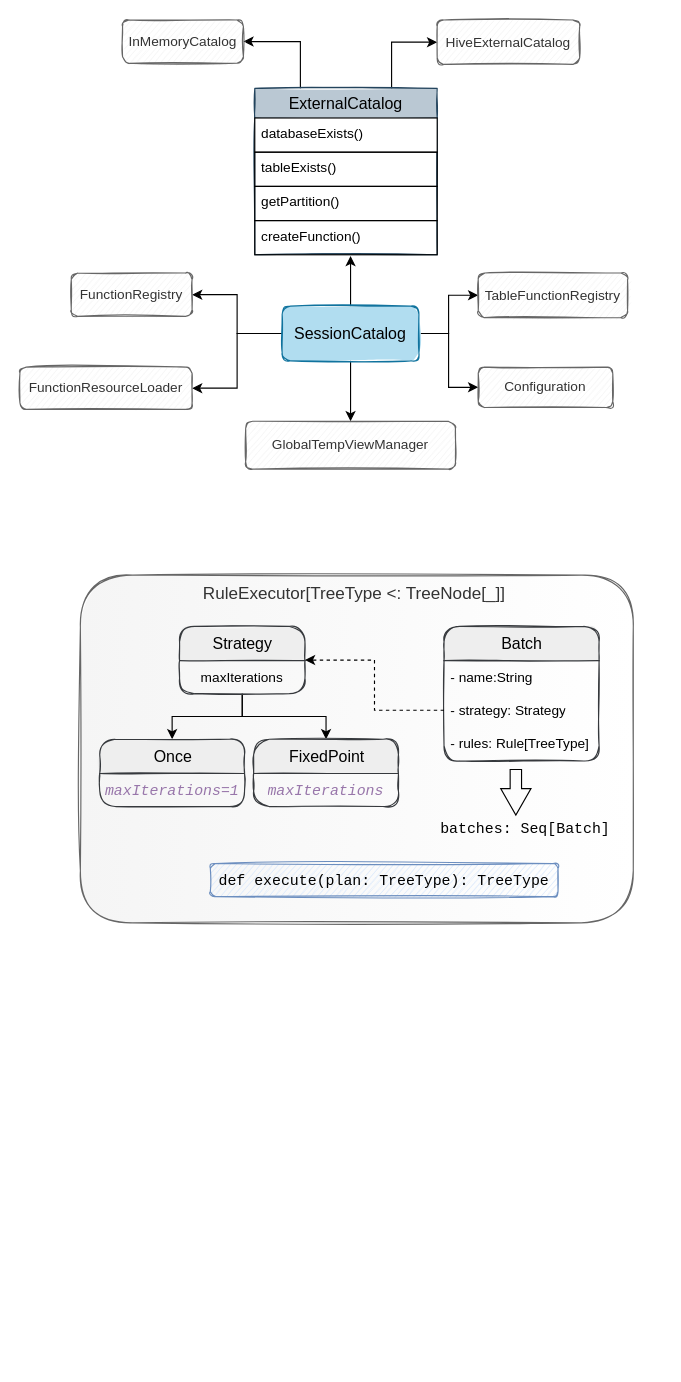
kirito1015/spark_source.sql keeps this draw.io diagram as SessionCatalog.drawio. Above is the earlier version. Source tidied: cells renumbered, new cells numbered last; positions are measured from the earlier drawing's top-left corner, leaving out a move shared by most shapes. Both pictures are drawn from the tidied source at 114%, with x=0, y=0 at pixel (19, 19).
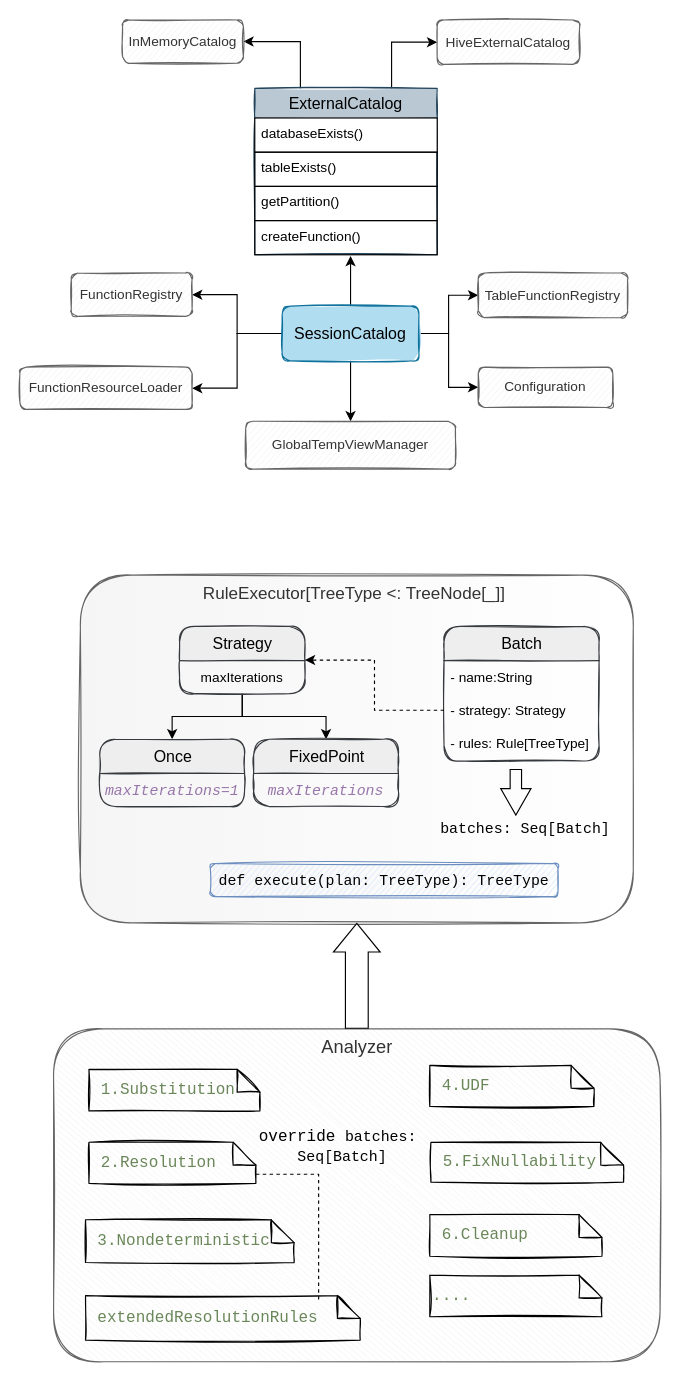
The same page after the edit.

Unchanged cells that the change refers to:
```xml
<mxCell id="2" value="RuleExecutor[TreeType &amp;lt;: TreeNode[_]]&amp;nbsp;" style="rounded=1;whiteSpace=wrap;html=1;sketch=1;shadow=0;glass=0;fillColor=#f5f5f5;strokeColor=#666666;overflow=visible;noLabel=0;direction=north;portConstraintRotation=0;snapToPoint=0;perimeter=rectanglePerimeter;fixDash=0;disableMultiStroke=0;disableMultiStrokeFill=0;dashOffset=1;fillStyle=auto;fontSize=15;fontColor=#333333;verticalAlign=top;gradientColor=#ffffff;gradientDirection=south;" parent="1" vertex="1">
  <mxGeometry x="53" y="487" width="485" height="305" as="geometry" />
</mxCell>
```

The edit, as a diff of the source:
```diff
@@
+    <mxCell id="40" value="Analyzer" style="rounded=1;whiteSpace=wrap;html=1;sketch=1;shadow=0;glass=0;fillColor=#f5f5f5;strokeColor=#666666;overflow=visible;noLabel=0;direction=north;portConstraintRotation=0;snapToPoint=0;perimeter=rectanglePerimeter;fixDash=0;disableMultiStroke=0;disableMultiStrokeFill=0;dashOffset=1;fillStyle=auto;fontSize=16;fontColor=#333333;verticalAlign=top;gradientDirection=south;" parent="1" vertex="1">
+      <mxGeometry x="29.5" y="885" width="532" height="292" as="geometry" />
+    </mxCell>
@@
+    <mxCell id="41" value="&lt;pre style=&quot;color: rgb(169, 183, 198); font-family: &amp;quot;jetbrains mono&amp;quot;, monospace; font-size: 14px;&quot;&gt;&lt;span style=&quot;color: rgb(106, 135, 89); font-size: 14px;&quot;&gt; 1.Substitution&lt;/span&gt;&lt;/pre&gt;" style="shape=note;size=20;whiteSpace=wrap;html=1;rounded=0;shadow=0;glass=0;labelBackgroundColor=none;sketch=1;disableMultiStroke=0;disableMultiStrokeFill=0;fillStyle=auto;fontFamily=Helvetica;fontSize=14;fontColor=default;strokeColor=default;fillColor=none;gradientColor=#ffffff;gradientDirection=south;align=left;" parent="1" vertex="1">
+      <mxGeometry x="60.5" y="920.5" width="150" height="36.5" as="geometry" />
+    </mxCell>
+    <mxCell id="42" style="edgeStyle=orthogonalEdgeStyle;rounded=0;jettySize=auto;html=1;fontFamily=Helvetica;fontSize=14;fontColor=#6A8759;fillColor=default;exitX=0;exitY=0;exitDx=146.5;exitDy=28;exitPerimeter=0;dashed=1;endArrow=none;endFill=0;" parent="1" edge="1" source="43">
+      <mxGeometry relative="1" as="geometry">
+        <mxPoint x="262" y="1123" as="targetPoint" />
+        <Array as="points">
+          <mxPoint x="262" y="1013" />
+          <mxPoint x="262" y="1119" />
+        </Array>
+      </mxGeometry>
+    </mxCell>
+    <mxCell id="43" value="&lt;pre style=&quot;color: rgb(169, 183, 198); font-family: &amp;quot;jetbrains mono&amp;quot;, monospace; font-size: 14px;&quot;&gt;&lt;span style=&quot;color: rgb(106, 135, 89); font-size: 14px;&quot;&gt; 2.Resolution&lt;/span&gt;&lt;/pre&gt;" style="shape=note;size=20;whiteSpace=wrap;html=1;rounded=0;shadow=0;glass=0;labelBackgroundColor=none;sketch=1;disableMultiStroke=0;disableMultiStrokeFill=0;fillStyle=auto;fontFamily=Helvetica;fontSize=14;fontColor=default;strokeColor=default;fillColor=none;gradientColor=#ffffff;gradientDirection=south;align=left;" parent="1" vertex="1">
+      <mxGeometry x="60.5" y="984.5" width="146.5" height="36" as="geometry" />
+    </mxCell>
+    <mxCell id="44" value="&lt;pre style=&quot;font-family: &amp;quot;jetbrains mono&amp;quot;, monospace; font-size: 14px;&quot;&gt;&lt;span style=&quot;color: rgb(106, 135, 89); font-size: 14px;&quot;&gt; 3.&lt;/span&gt;&lt;font color=&quot;#6a8759&quot; style=&quot;font-size: 14px;&quot;&gt;Nondeterministic&lt;/font&gt;&lt;/pre&gt;" style="shape=note;size=20;whiteSpace=wrap;html=1;rounded=0;shadow=0;glass=0;labelBackgroundColor=none;sketch=1;disableMultiStroke=0;disableMultiStrokeFill=0;fillStyle=auto;fontFamily=Helvetica;fontSize=14;fontColor=default;strokeColor=default;fillColor=none;gradientColor=#ffffff;gradientDirection=south;align=left;" parent="1" vertex="1">
+      <mxGeometry x="57.5" y="1052.5" width="183" height="37.5" as="geometry" />
+    </mxCell>
+    <mxCell id="45" value="&lt;pre style=&quot;color: rgb(169, 183, 198); font-family: &amp;quot;jetbrains mono&amp;quot;, monospace; font-size: 14px;&quot;&gt;&lt;span style=&quot;color: rgb(106, 135, 89); font-size: 14px;&quot;&gt; 4.UDF&lt;/span&gt;&lt;/pre&gt;" style="shape=note;size=20;whiteSpace=wrap;html=1;rounded=0;shadow=0;glass=0;labelBackgroundColor=none;sketch=1;disableMultiStroke=0;disableMultiStrokeFill=0;fillStyle=auto;fontFamily=Helvetica;fontSize=14;fontColor=default;strokeColor=default;fillColor=none;gradientColor=#ffffff;gradientDirection=south;align=left;" parent="1" vertex="1">
+      <mxGeometry x="359.5" y="917" width="144" height="36" as="geometry" />
+    </mxCell>
+    <mxCell id="46" value="&lt;pre style=&quot;color: rgb(169, 183, 198); font-family: &amp;quot;jetbrains mono&amp;quot;, monospace; font-size: 14px;&quot;&gt;&lt;span style=&quot;color: rgb(106, 135, 89); font-size: 14px;&quot;&gt; 5.FixNullability&lt;/span&gt;&lt;/pre&gt;" style="shape=note;size=20;whiteSpace=wrap;html=1;rounded=0;shadow=0;glass=0;labelBackgroundColor=none;sketch=1;disableMultiStroke=0;disableMultiStrokeFill=0;fillStyle=auto;fontFamily=Helvetica;fontSize=14;fontColor=default;strokeColor=default;fillColor=none;gradientColor=#ffffff;gradientDirection=south;align=left;" parent="1" vertex="1">
+      <mxGeometry x="360.5" y="984.5" width="169" height="35" as="geometry" />
+    </mxCell>
+    <mxCell id="47" value="&lt;pre style=&quot;font-family: &amp;quot;jetbrains mono&amp;quot;, monospace; font-size: 14px;&quot;&gt;&lt;span style=&quot;color: rgb(106, 135, 89); font-size: 14px;&quot;&gt; 6.&lt;/span&gt;&lt;font color=&quot;#6a8759&quot; style=&quot;font-size: 14px;&quot;&gt;Cleanup&lt;/font&gt;&lt;/pre&gt;" style="shape=note;size=20;whiteSpace=wrap;html=1;rounded=0;shadow=0;glass=0;labelBackgroundColor=none;sketch=1;disableMultiStroke=0;disableMultiStrokeFill=0;fillStyle=auto;fontFamily=Helvetica;fontSize=14;fontColor=default;strokeColor=default;fillColor=none;gradientColor=#ffffff;gradientDirection=south;align=left;" parent="1" vertex="1">
+      <mxGeometry x="359.5" y="1048" width="151" height="36.5" as="geometry" />
+    </mxCell>
+    <mxCell id="48" value="&lt;pre&gt;override &lt;font face=&quot;jetbrains mono, monospace&quot;&gt;&lt;span style=&quot;font-size: 13.0667px&quot;&gt;batches: &lt;br&gt;Seq[Batch]&lt;/span&gt;&lt;span style=&quot;font-size: 9.8pt&quot;&gt;&lt;br&gt;&lt;/span&gt;&lt;/font&gt;&lt;/pre&gt;" style="rounded=1;whiteSpace=wrap;html=1;shadow=0;glass=0;sketch=1;disableMultiStroke=0;disableMultiStrokeFill=0;fillStyle=auto;fontFamily=Helvetica;fontSize=14;fontColor=default;strokeColor=none;fillColor=none;labelBackgroundColor=none;" parent="1" vertex="1">
+      <mxGeometry x="190.5" y="967" width="184" height="41" as="geometry" />
+    </mxCell>
+    <mxCell id="49" value="&lt;pre style=&quot;font-family: &amp;#34;jetbrains mono&amp;#34; , monospace ; font-size: 14px&quot;&gt;&lt;font color=&quot;#6a8759&quot;&gt;....&lt;/font&gt;&lt;/pre&gt;" style="shape=note;size=20;whiteSpace=wrap;html=1;rounded=0;shadow=0;glass=0;labelBackgroundColor=none;sketch=1;disableMultiStroke=0;disableMultiStrokeFill=0;fillStyle=auto;fontFamily=Helvetica;fontSize=14;fontColor=default;strokeColor=default;fillColor=none;gradientColor=#ffffff;gradientDirection=south;align=left;" parent="1" vertex="1">
+      <mxGeometry x="359.5" y="1101" width="151" height="36.5" as="geometry" />
+    </mxCell>
+    <mxCell id="50" style="shape=flexArrow;endArrow=classic;html=1;rounded=0;fontFamily=Helvetica;fontSize=14;fontColor=#6A8759;width=20;endSize=8.0375;fillColor=default;exitX=1;exitY=0.5;exitDx=0;exitDy=0;" parent="1" edge="1" source="40" target="2">
+      <mxGeometry relative="1" as="geometry" />
+    </mxCell>
+    <mxCell id="51" value="&lt;pre style=&quot;font-family: &amp;#34;jetbrains mono&amp;#34; , monospace ; font-size: 14px&quot;&gt;&lt;span style=&quot;color: rgb(106 , 135 , 89) ; font-size: 14px&quot;&gt; extendedResolutionRules&lt;/span&gt;&lt;/pre&gt;" style="shape=note;size=20;whiteSpace=wrap;html=1;rounded=0;shadow=0;glass=0;labelBackgroundColor=none;sketch=1;disableMultiStroke=0;disableMultiStrokeFill=0;fillStyle=auto;fontFamily=Helvetica;fontSize=14;fontColor=default;strokeColor=default;fillColor=none;gradientColor=#ffffff;gradientDirection=south;align=left;" parent="1" vertex="1">
+      <mxGeometry x="57.5" y="1119" width="241" height="39" as="geometry" />
+    </mxCell>
```
